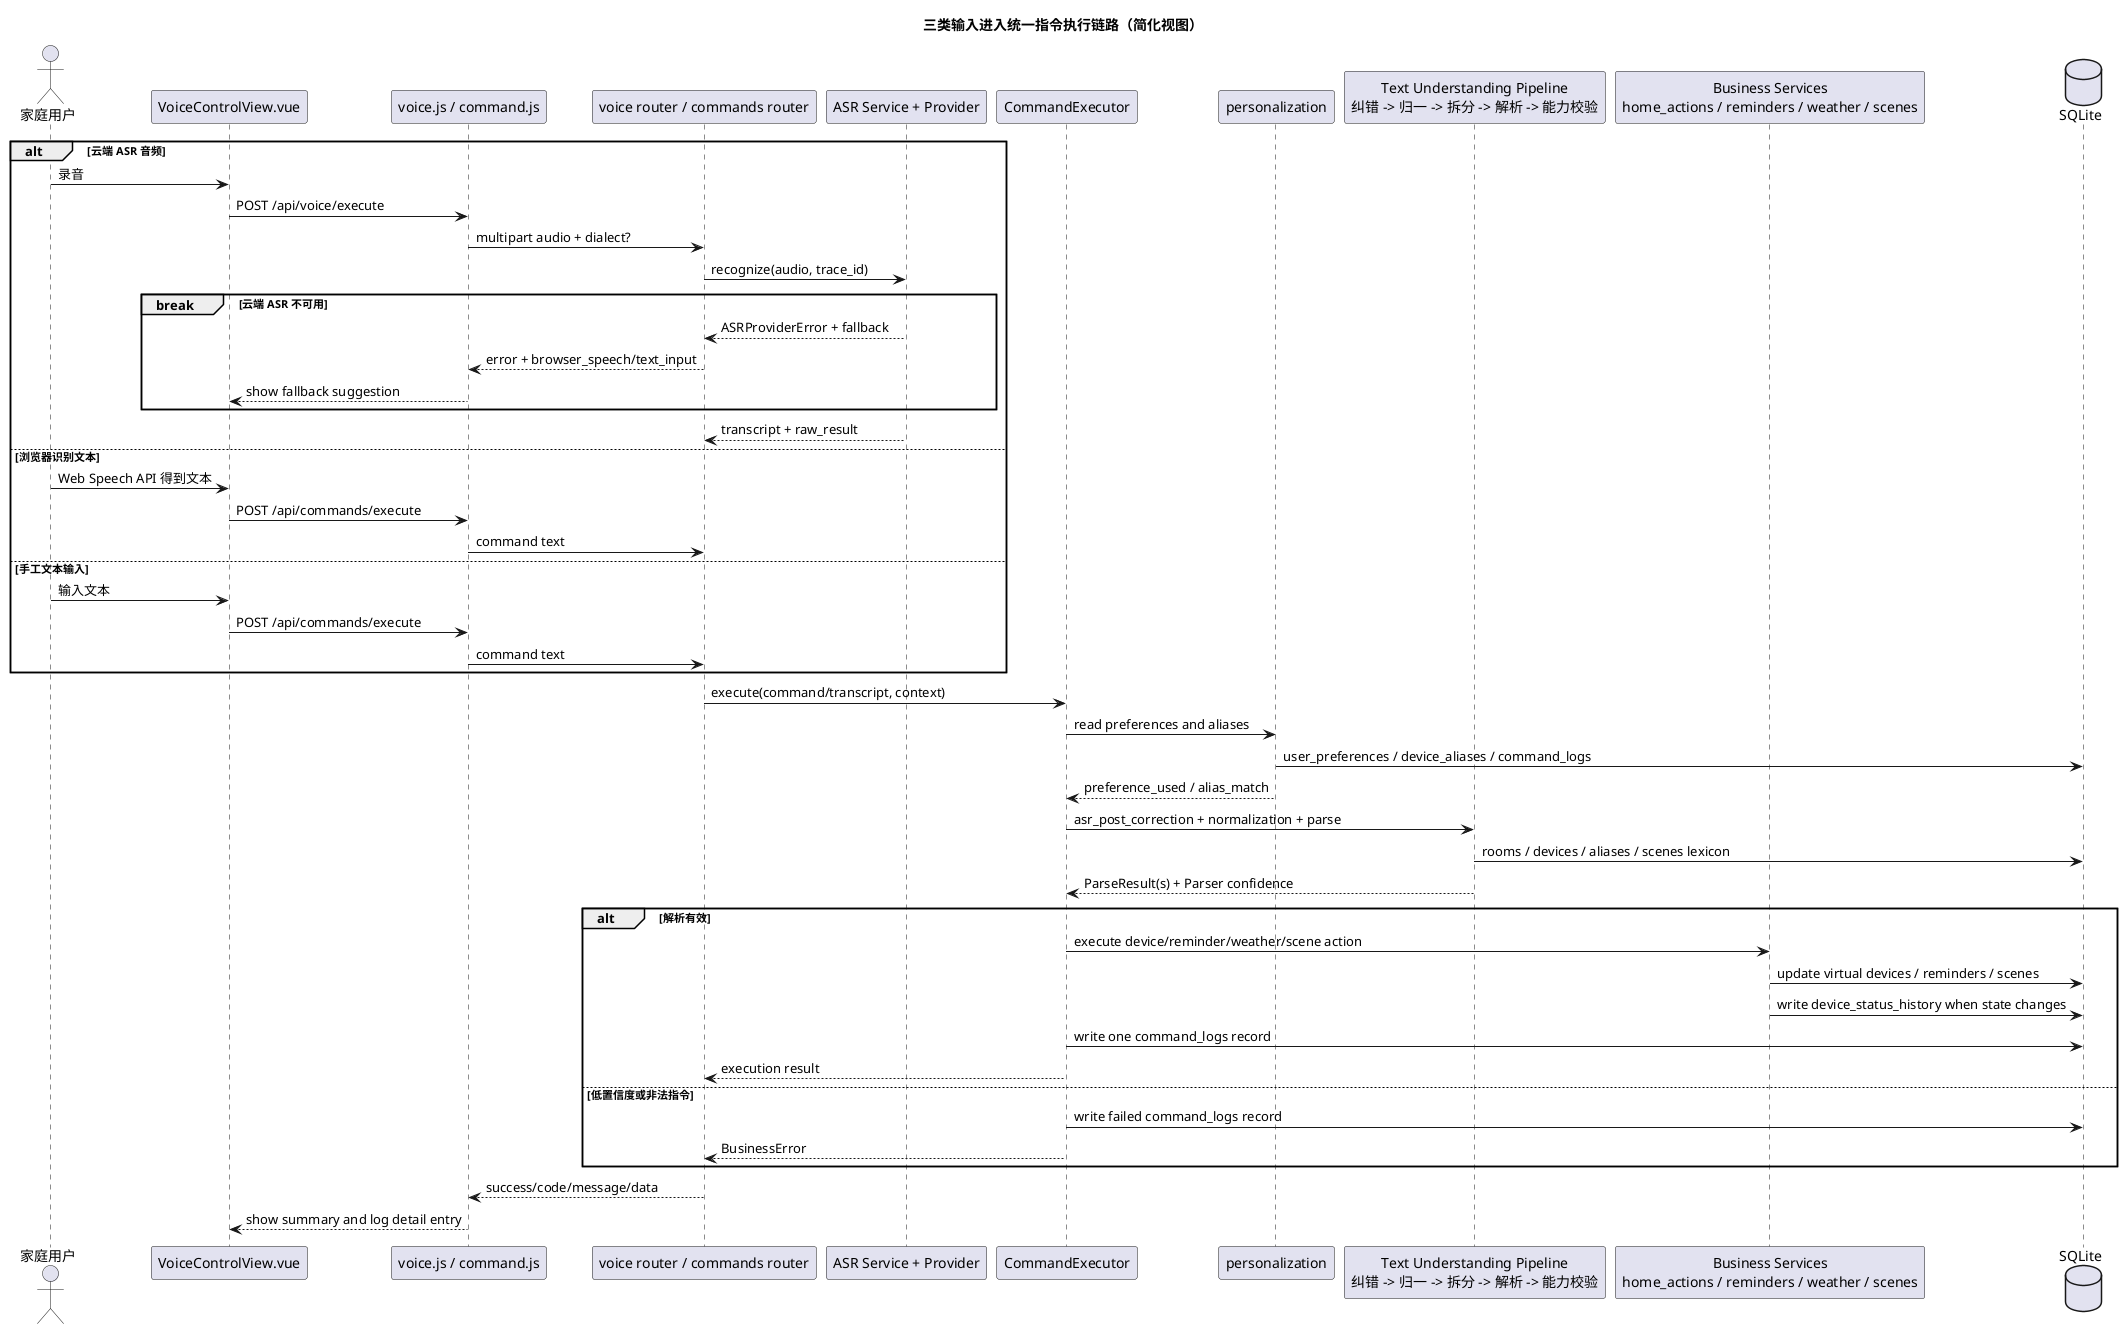
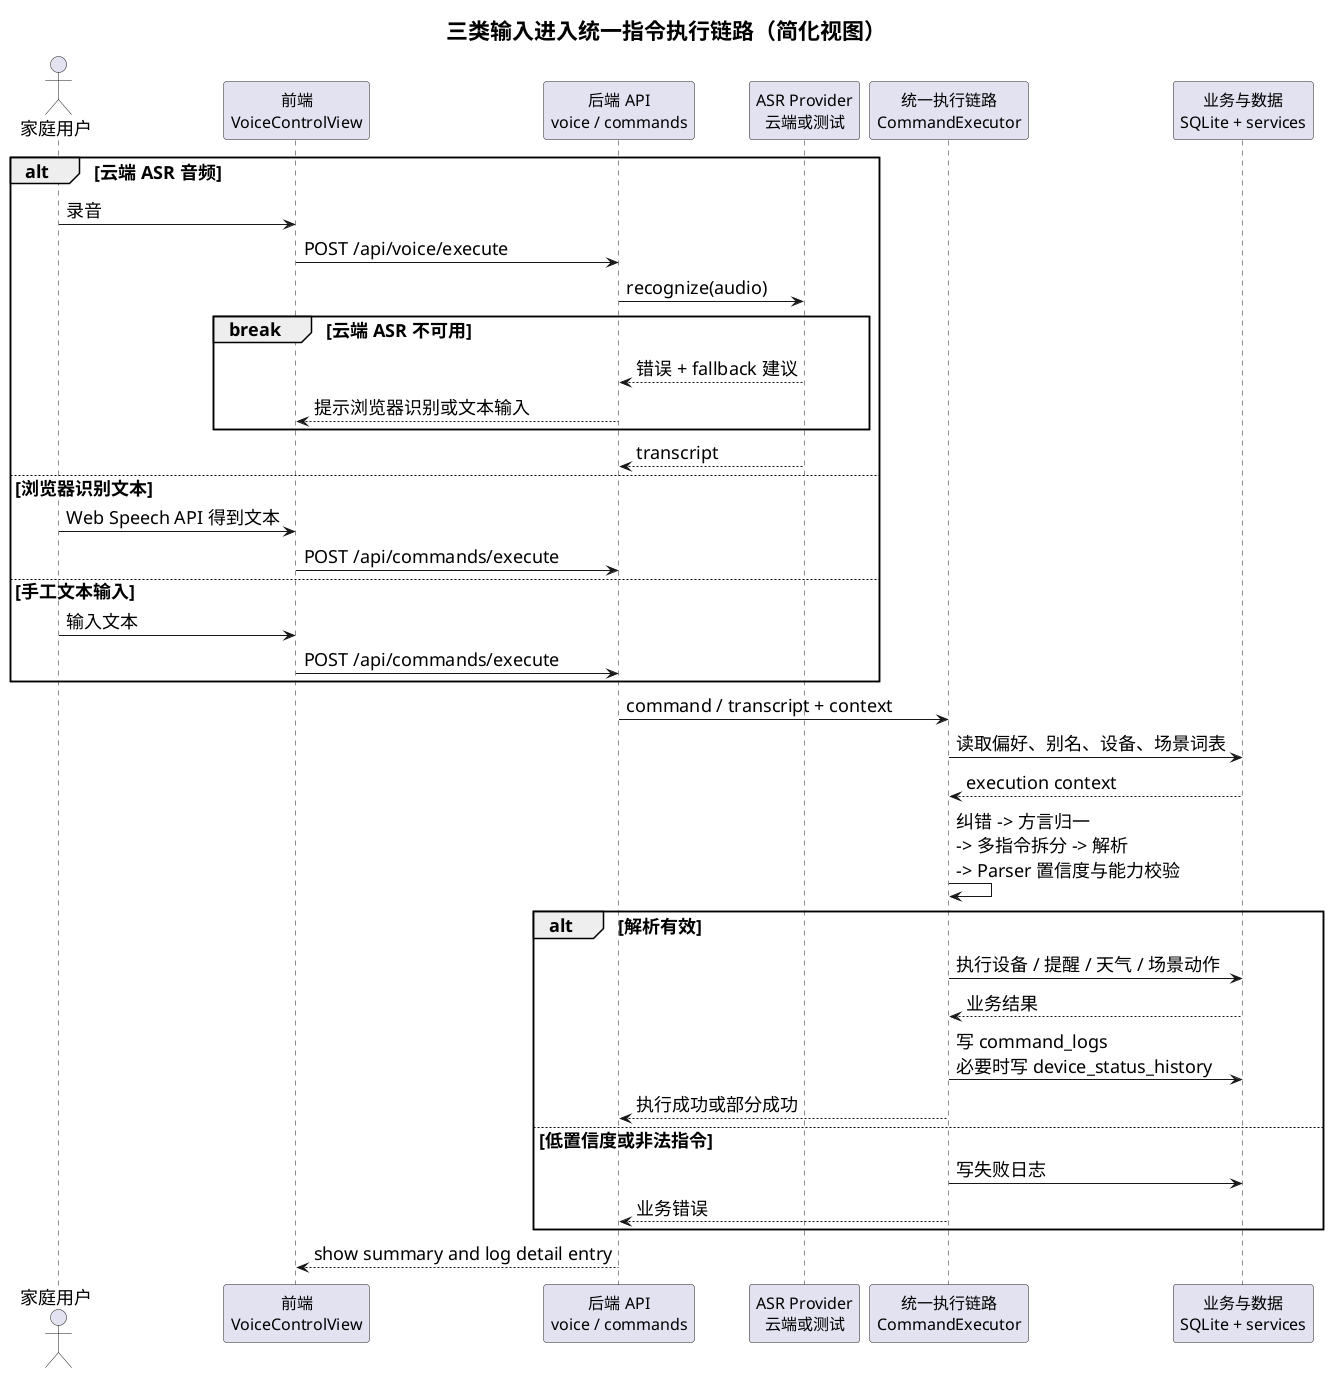
@startuml
title 三类输入进入统一指令执行链路（简化视图）
+ skinparam shadowing false
+ skinparam defaultFontSize 18
+ skinparam titleFontSize 22
+ skinparam sequenceParticipantFontSize 16
+ skinparam sequenceMessageFontSize 14
actor "家庭用户" as User
- participant "VoiceControlView.vue" as FE
- participant "voice.js / command.js" as API
- participant "voice router / commands router" as Router
- participant "ASR Service + Provider" as ASR
- participant "CommandExecutor" as Exec
- participant "personalization" as Personal
- participant "Text Understanding Pipeline\n纠错 -> 归一 -> 拆分 -> 解析 -> 能力校验" as Pipeline
- participant "Business Services\nhome_actions / reminders / weather / scenes" as Biz
- database "SQLite" as DB
+ participant "前端\nVoiceControlView" as FE
+ participant "后端 API\nvoice / commands" as API
+ participant "ASR Provider\n云端或测试" as ASR
+ participant "统一执行链路\nCommandExecutor" as Exec
+ participant "业务与数据\nSQLite + services" as Biz

alt 云端 ASR 音频
  User -> FE: 录音
  FE -> API: POST /api/voice/execute
-   API -> Router: multipart audio + dialect?
-   Router -> ASR: recognize(audio, trace_id)
+   API -> ASR: recognize(audio)
  break 云端 ASR 不可用
-     ASR --> Router: ASRProviderError + fallback
-     Router --> API: error + browser_speech/text_input
-     API --> FE: show fallback suggestion
+     ASR --> API: 错误 + fallback 建议
+     API --> FE: 提示浏览器识别或文本输入
  end
-   ASR --> Router: transcript + raw_result
+   ASR --> API: transcript
else 浏览器识别文本
  User -> FE: Web Speech API 得到文本
  FE -> API: POST /api/commands/execute
-   API -> Router: command text
else 手工文本输入
  User -> FE: 输入文本
  FE -> API: POST /api/commands/execute
-   API -> Router: command text
end

- Router -> Exec: execute(command/transcript, context)
- Exec -> Personal: read preferences and aliases
- Personal -> DB: user_preferences / device_aliases / command_logs
- Personal --> Exec: preference_used / alias_match
- 
- Exec -> Pipeline: asr_post_correction + normalization + parse
- Pipeline -> DB: rooms / devices / aliases / scenes lexicon
- Pipeline --> Exec: ParseResult(s) + Parser confidence
+ API -> Exec: command / transcript + context
+ Exec -> Biz: 读取偏好、别名、设备、场景词表
+ Biz --> Exec: execution context
+ Exec -> Exec: 纠错 -> 方言归一\n-> 多指令拆分 -> 解析\n-> Parser 置信度与能力校验

alt 解析有效
-   Exec -> Biz: execute device/reminder/weather/scene action
-   Biz -> DB: update virtual devices / reminders / scenes
-   Biz -> DB: write device_status_history when state changes
-   Exec -> DB: write one command_logs record
-   Exec --> Router: execution result
+   Exec -> Biz: 执行设备 / 提醒 / 天气 / 场景动作
+   Biz --> Exec: 业务结果
+   Exec -> Biz: 写 command_logs\n必要时写 device_status_history
+   Exec --> API: 执行成功或部分成功
else 低置信度或非法指令
-   Exec -> DB: write failed command_logs record
-   Exec --> Router: BusinessError
+   Exec -> Biz: 写失败日志
+   Exec --> API: 业务错误
end

- Router --> API: success/code/message/data
API --> FE: show summary and log detail entry
@enduml
